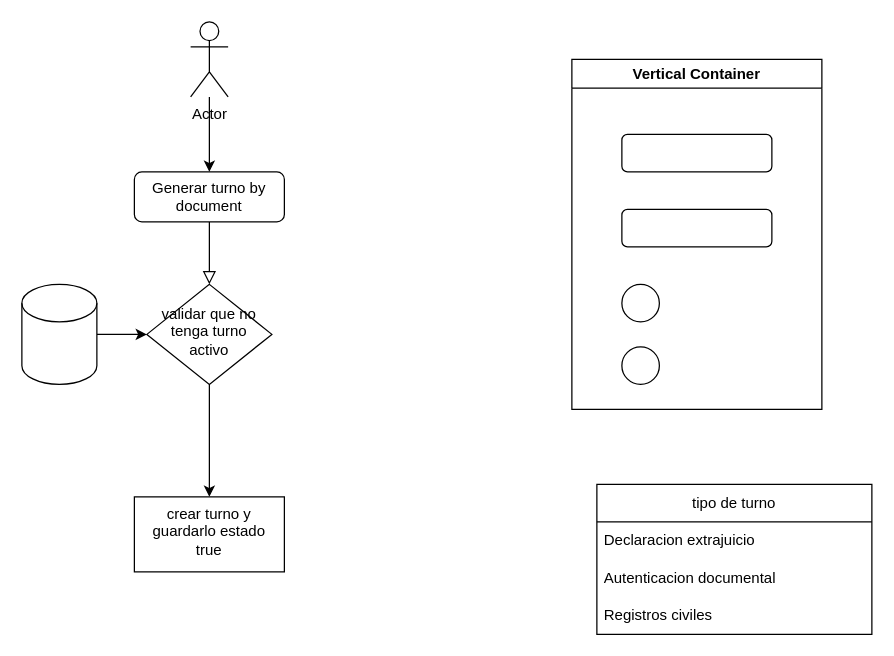
Above: Diagrama sin título.drawio in janluyleonardo/andresArevalo (draw.io), before the change. Source tidied: cells renumbered, new cells numbered last; positions are measured from the earlier drawing's top-left corner, leaving out a move shared by most shapes. Both pictures are drawn from the tidied source at 125%, with x=0, y=0 at pixel (21, 21).
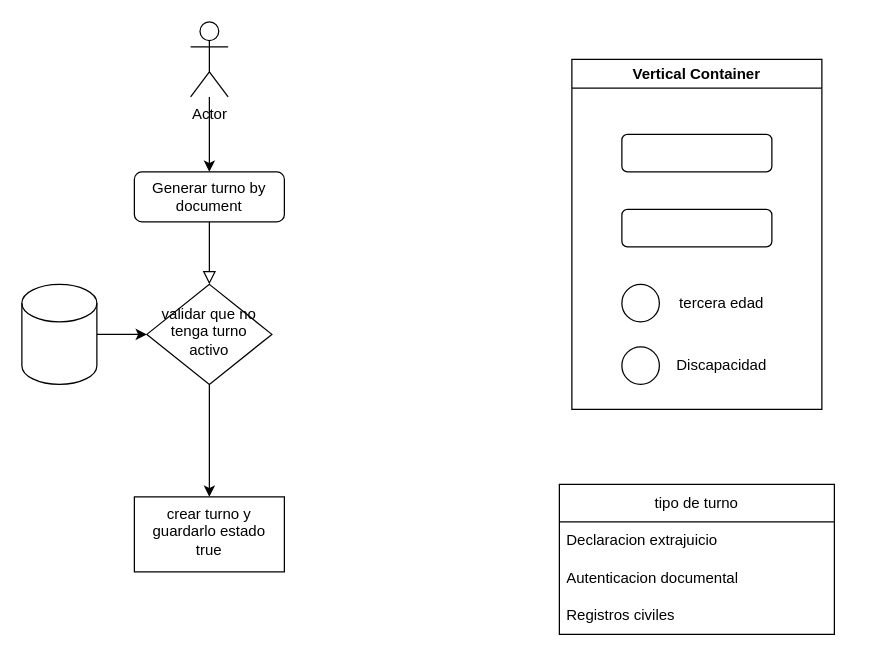
After the change.

The change refers to these unchanged cells:
```xml
<mxCell id="15" value="Vertical Container" style="swimlane;whiteSpace=wrap;html=1;" parent="1" vertex="1">
  <mxGeometry x="440" y="30" width="200" height="280" as="geometry" />
</mxCell>
```

The edit, as a diff of the source:
```diff
@@
     <mxCell id="11" value="tipo de turno" style="swimlane;fontStyle=0;horizontal=1;startSize=30;whiteSpace=wrap;html=1;" parent="1" vertex="1">
-      <mxGeometry x="460" y="370" width="220" height="120" as="geometry" />
+      <mxGeometry x="430" y="370" width="220" height="120" as="geometry" />
     </mxCell>
@@
+    <mxCell id="20" value="tercera edad" style="text;html=1;align=center;verticalAlign=middle;whiteSpace=wrap;rounded=0;" parent="15" vertex="1">
+      <mxGeometry x="80" y="180" width="80" height="30" as="geometry" />
+    </mxCell>
+    <mxCell id="21" value="Discapacidad" style="text;html=1;align=center;verticalAlign=middle;whiteSpace=wrap;rounded=0;" parent="15" vertex="1">
+      <mxGeometry x="80" y="230" width="80" height="30" as="geometry" />
+    </mxCell>
```
